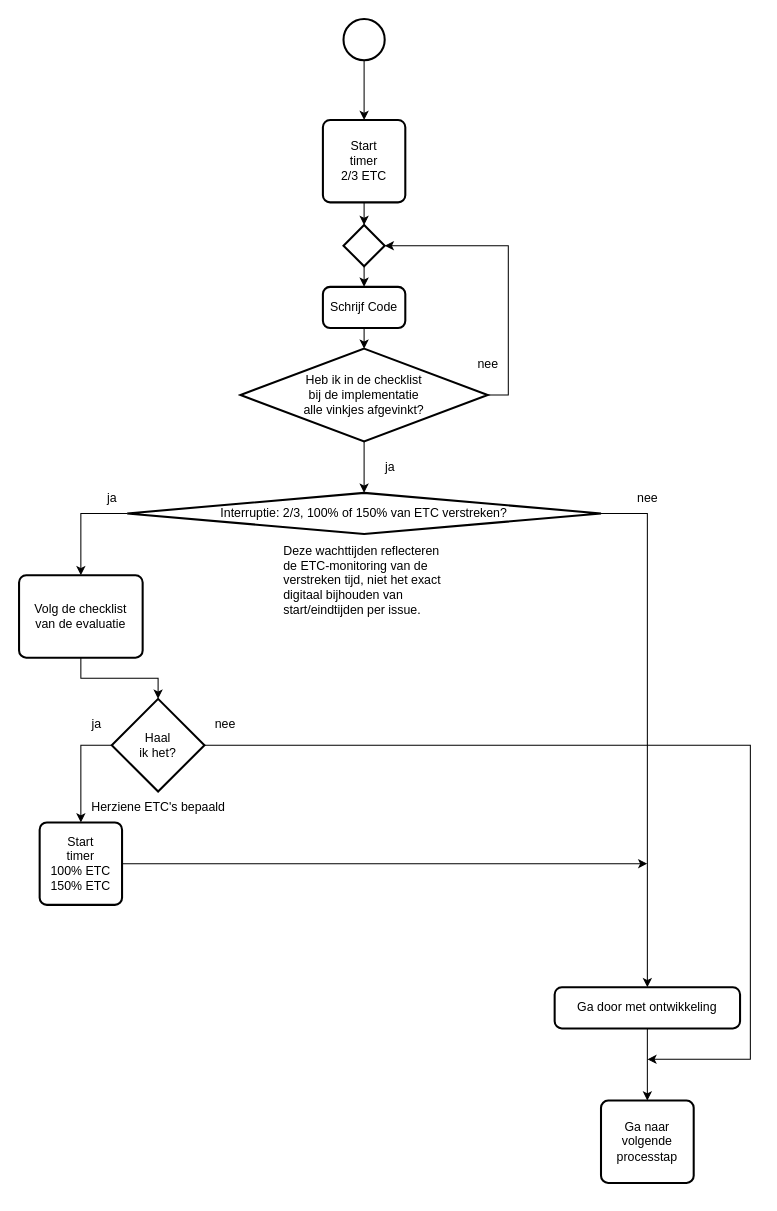
Zaibatsu89/IssueTracker keeps this draw.io diagram as 4 Issue Tracker implementatie.drawio. Above is the earlier version. Source tidied: cells renumbered, new cells numbered last; positions are measured from the earlier drawing's top-left corner, leaving out a move shared by most shapes. Both pictures are drawn from the tidied source at 103%, with x=0, y=0 at pixel (19, 19).
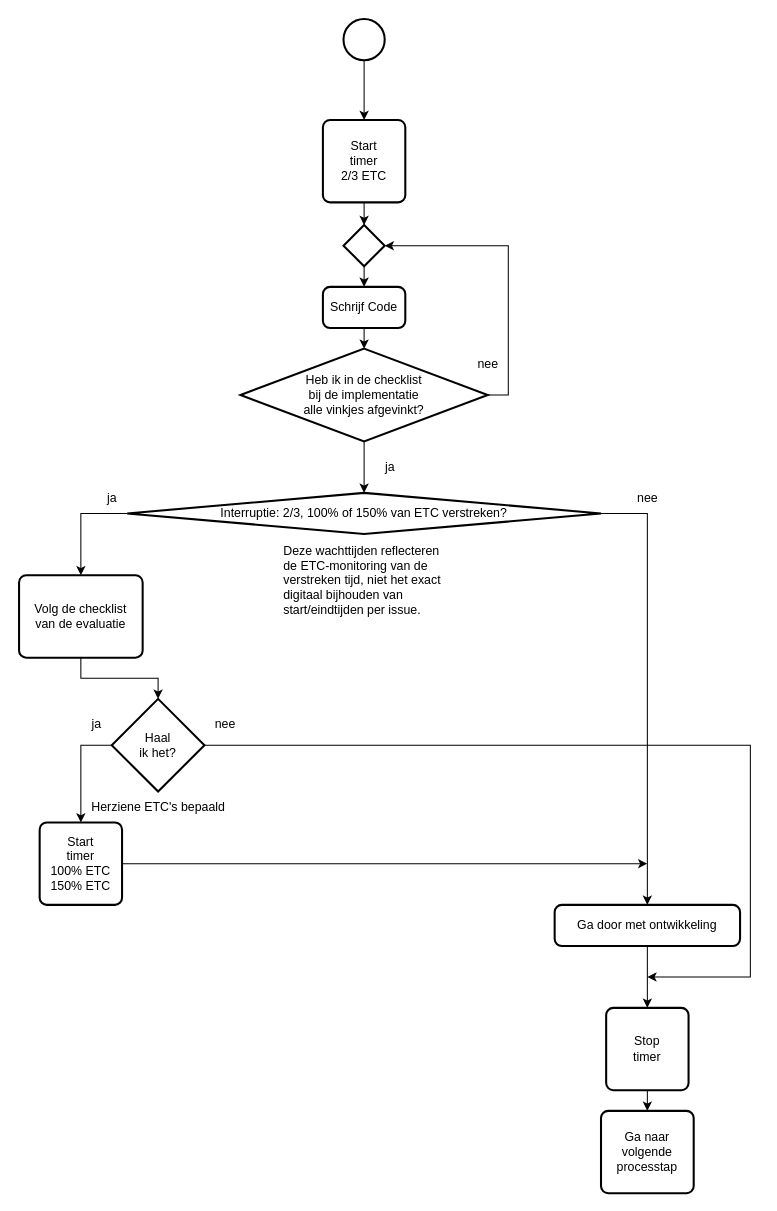
Above is the later version.

Commit message (it also covers changes not shown here):
Moet er een stop in? Of kan het automatisch? in flowcharts

Unchanged cells that the change refers to:
```xml
<mxCell id="30" value="Haal&lt;br&gt;ik het?" style="strokeWidth=2;html=1;shape=mxgraph.flowchart.decision;whiteSpace=wrap;" parent="1" vertex="1">
  <mxGeometry x="90" y="660" width="90" height="90" as="geometry" />
</mxCell>
```

What changed in the source:
```diff
@@
-    <mxCell id="17" style="edgeStyle=orthogonalEdgeStyle;rounded=0;jettySize=auto;html=1;exitX=0.5;exitY=1;exitDx=0;exitDy=0;entryX=0.5;entryY=0;entryDx=0;entryDy=0;" parent="1" edge="1" source="18" target="20">
-      <mxGeometry relative="1" as="geometry" />
-    </mxCell>
+    <mxCell id="34" style="edgeStyle=orthogonalEdgeStyle;rounded=0;jettySize=auto;html=1;" parent="1" edge="1" source="18" target="36">
+      <mxGeometry relative="1" as="geometry" />
+    </mxCell>
     <mxCell id="18" value="Ga door met ontwikkeling" style="rounded=1;whiteSpace=wrap;html=1;absoluteArcSize=1;arcSize=14;strokeWidth=2;" parent="1" vertex="1">
-      <mxGeometry x="520" y="940" width="180" height="40" as="geometry" />
+      <mxGeometry x="520" y="860" width="180" height="40" as="geometry" />
     </mxCell>
@@
     <mxCell id="20" value="Ga naar&lt;br&gt;volgende&lt;br&gt;processtap" style="rounded=1;whiteSpace=wrap;html=1;absoluteArcSize=1;arcSize=14;strokeWidth=2;" parent="1" vertex="1">
-      <mxGeometry x="565" y="1050" width="90" height="80" as="geometry" />
+      <mxGeometry x="565" y="1060" width="90" height="80" as="geometry" />
     </mxCell>
@@
     <mxCell id="29" style="edgeStyle=orthogonalEdgeStyle;rounded=0;jettySize=auto;html=1;exitX=1;exitY=0.5;exitDx=0;exitDy=0;exitPerimeter=0;" parent="1" edge="1" source="30">
       <mxGeometry relative="1" as="geometry">
-        <mxPoint x="610" y="1010" as="targetPoint" />
+        <mxPoint x="610" y="930" as="targetPoint" />
         <Array as="points">
           <mxPoint x="710" y="705" />
-          <mxPoint x="710" y="1010" />
+          <mxPoint x="710" y="930" />
+          <mxPoint x="610" y="930" />
         </Array>
       </mxGeometry>
     </mxCell>
@@
+    <mxCell id="35" style="edgeStyle=orthogonalEdgeStyle;rounded=0;jettySize=auto;html=1;exitX=0.5;exitY=1;exitDx=0;exitDy=0;entryX=0.5;entryY=0;entryDx=0;entryDy=0;" parent="1" edge="1" source="36" target="20">
+      <mxGeometry relative="1" as="geometry" />
+    </mxCell>
+    <mxCell id="36" value="Stop&lt;br&gt;timer" style="rounded=1;whiteSpace=wrap;html=1;absoluteArcSize=1;arcSize=14;strokeWidth=2;" parent="1" vertex="1">
+      <mxGeometry x="570" y="960" width="80" height="80" as="geometry" />
+    </mxCell>
```
